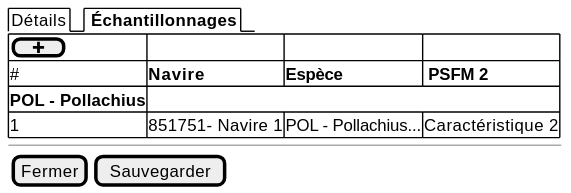
Above: projects/obsvente/spe/images/landings-table.svg in sumaris-net/sumaris-doc (PlantUML), before the change. Its source is kept beside it as projects/obsvente/spe/images/landings-table.puml.
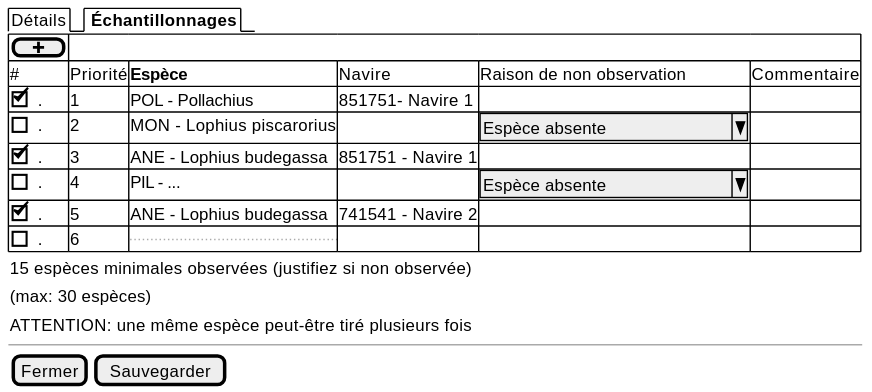
After the change.

Commit message:
[enh] ObsVente: refactor landings table

Diff of the diagram source:
```diff
@@ -1,16 +1,26 @@
 @startsalt
 {
 
-  {/  Détails | <b> Échantillonnages  }
+  {/  Détails | <b> Échantillonnages }
 
 	{#
-      [ <&plus> ]          |  .              | .
-      # | <b>Navire        | <b>Espèce   | <b> PSFM 2
-      <b>POL - Pollachius
-      1 | 851751- Navire 1 | POL - Pollachius...  | Caractéristique 2
+      [ <&plus> ]
+      # | Priorité | <b>Espèce              | Navire | Raison de non observation | Commentaire
+      [X] . | 1 | POL - Pollachius          | 851751- Navire 1 | .
+      [ ] . | 2 | MON - Lophius piscarorius | . | ^ Espèce absente       ^ | .
+      [X] . | 3 | ANE - Lophius budegassa   | 851751 - Navire 1 | . | .
+      [ ] . | 4 | PIL - ...                 | . | ^ Espèce absente       ^ | .
+      [X] . | 5 | ANE - Lophius budegassa   | 741541 - Navire 2 | . | .
+      [ ] . | 6 | ... | . | .
+
     }
+    { 15 espèces minimales observées (justifiez si non observée) }
 
+    { (max: 30 espèces) }
+
+    { ATTENTION: une même espèce peut-être tiré plusieurs fois }
   --
+
 
   {
     [Fermer] | [Sauvegarder]
```
